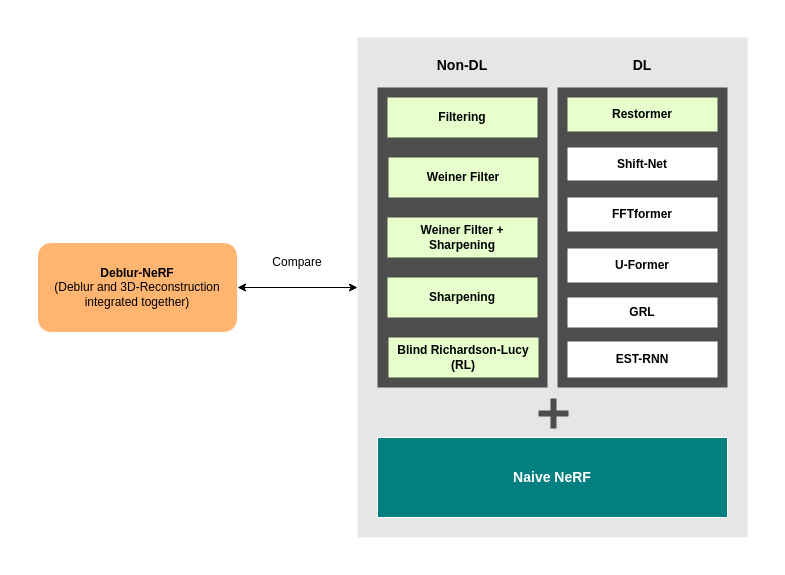
This is BDRP.drawio from AlaaAlmutawa/BDRP, a draw.io file, before an edit. Source tidied: cells renumbered, new cells numbered last; positions are measured from the earlier drawing's top-left corner, leaving out a move shared by most shapes. Both pictures are drawn from the tidied source at 100%, with x=0, y=0 at pixel (37, 37).
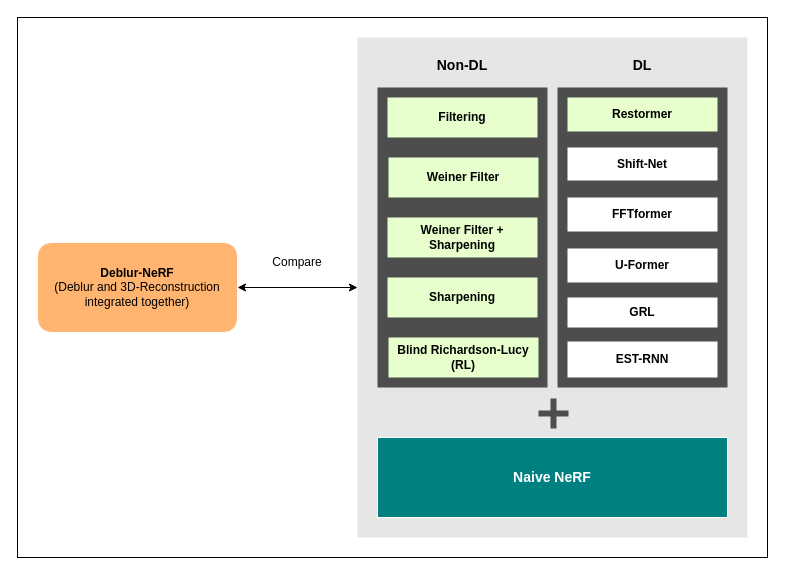
The same page after the edit.

Change to the diagram source:
```diff
@@
+    <mxCell id="23" style="rounded=0;whiteSpace=wrap;html=1;fillColor=none;strokeWidth=1;" parent="1" vertex="1">
+      <mxGeometry x="-20" y="-20" width="750" height="540" as="geometry" />
+    </mxCell>
```
